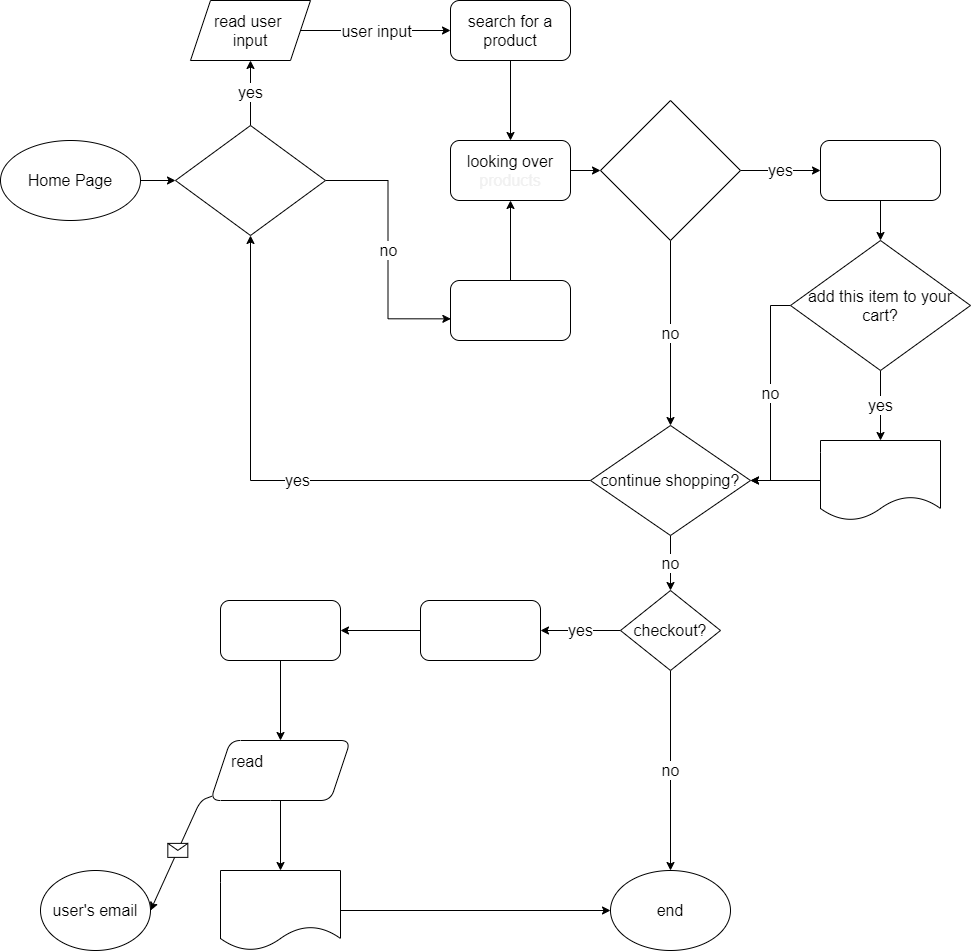
The draw.io diagram part2/part2.drawio.png in y1zhuo/sp21-cse110-lab4, before a commit. Source tidied: cells renumbered, new cells last; positions are measured from the earlier drawing's top-left corner, leaving out a move shared by most shapes.
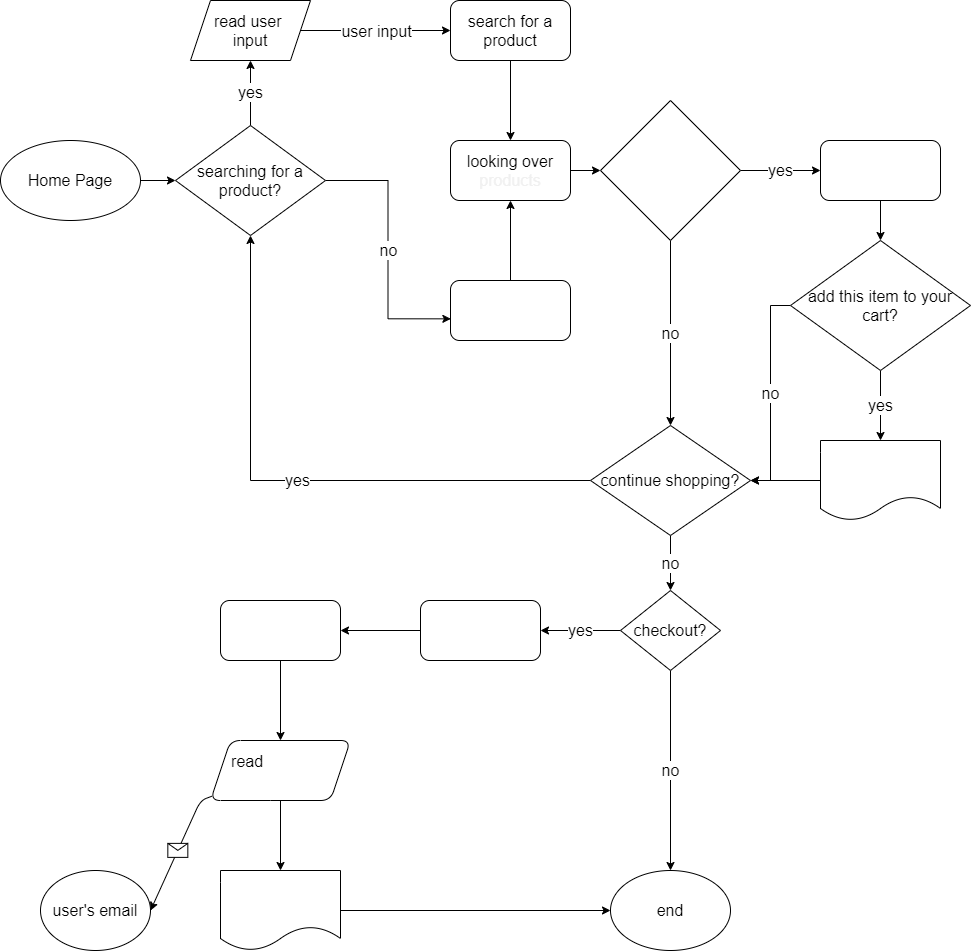
Later version of the same file.

Change to the diagram source:
```diff
@@ -80,7 +80,7 @@
     <mxCell id="25" value="no" style="edgeStyle=orthogonalEdgeStyle;rounded=0;jettySize=auto;html=1;entryX=0.003;entryY=0.639;entryDx=0;entryDy=0;entryPerimeter=0;fontSize=16;" parent="1" edge="1" source="26" target="7">
       <mxGeometry relative="1" as="geometry" />
     </mxCell>
-    <mxCell id="26" value="&lt;span style=&quot;color: rgb(255 , 255 , 255) ; text-align: left&quot;&gt;searching for a product?&lt;/span&gt;" style="rhombus;whiteSpace=wrap;html=1;fontSize=16;" parent="1" vertex="1">
+    <mxCell id="26" value="searching for a product?" style="rhombus;whiteSpace=wrap;html=1;fontSize=16;" parent="1" vertex="1">
       <mxGeometry x="175" y="125" width="150" height="110" as="geometry" />
     </mxCell>
     <mxCell id="27" value="yes" style="edgeStyle=orthogonalEdgeStyle;rounded=0;jettySize=auto;html=1;fontSize=16;" parent="1" edge="1" source="29" target="14">
```
